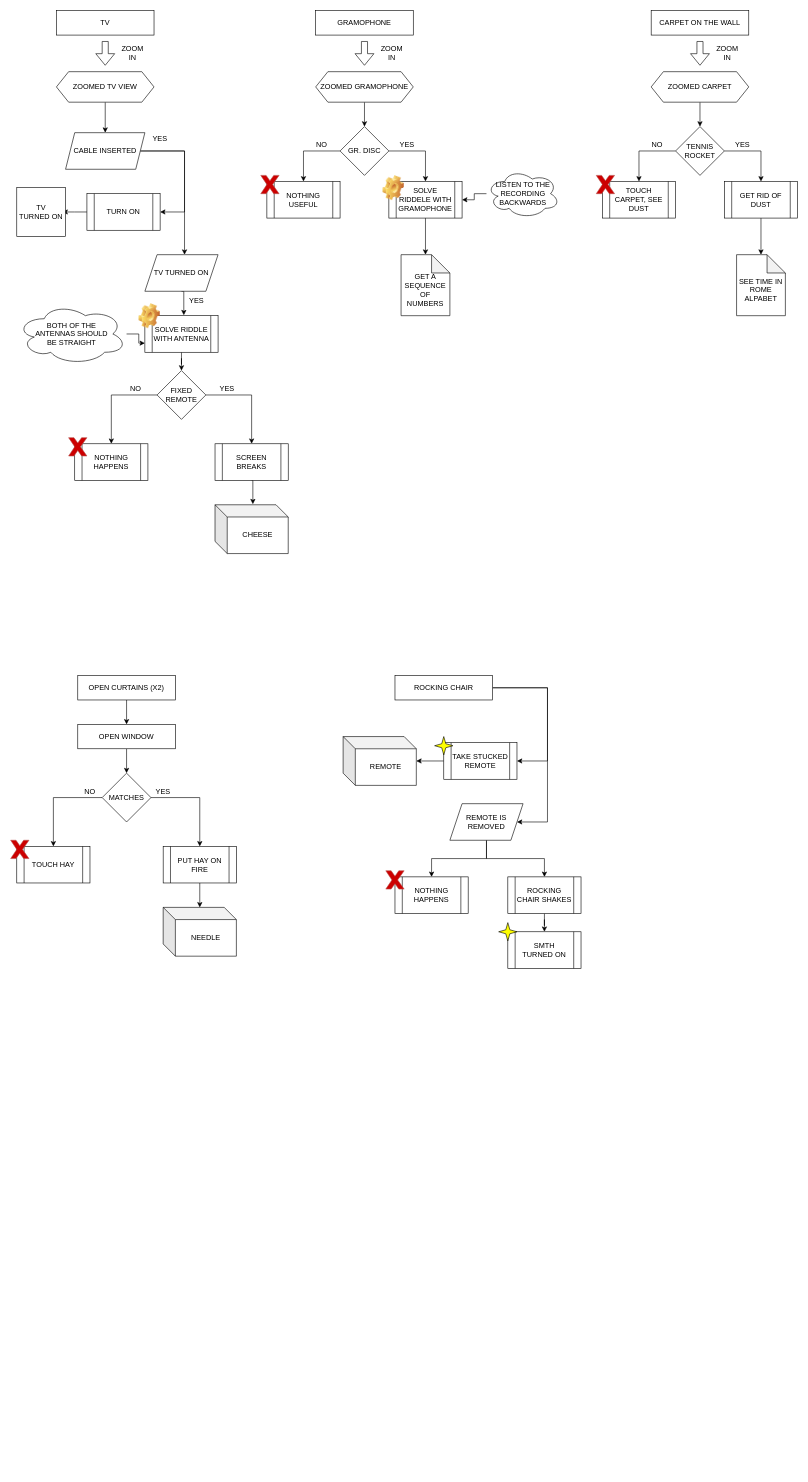
maksimillian/c-unix keeps this draw.io diagram as hello/GamesProductionDiagram.drawio. Above is the earlier version. Source tidied: cells renumbered, new cells numbered last; positions are measured from the earlier drawing's top-left corner, leaving out a move shared by most shapes. Both pictures are drawn from the tidied source at 61%, with x=0, y=0 at pixel (10, 10).
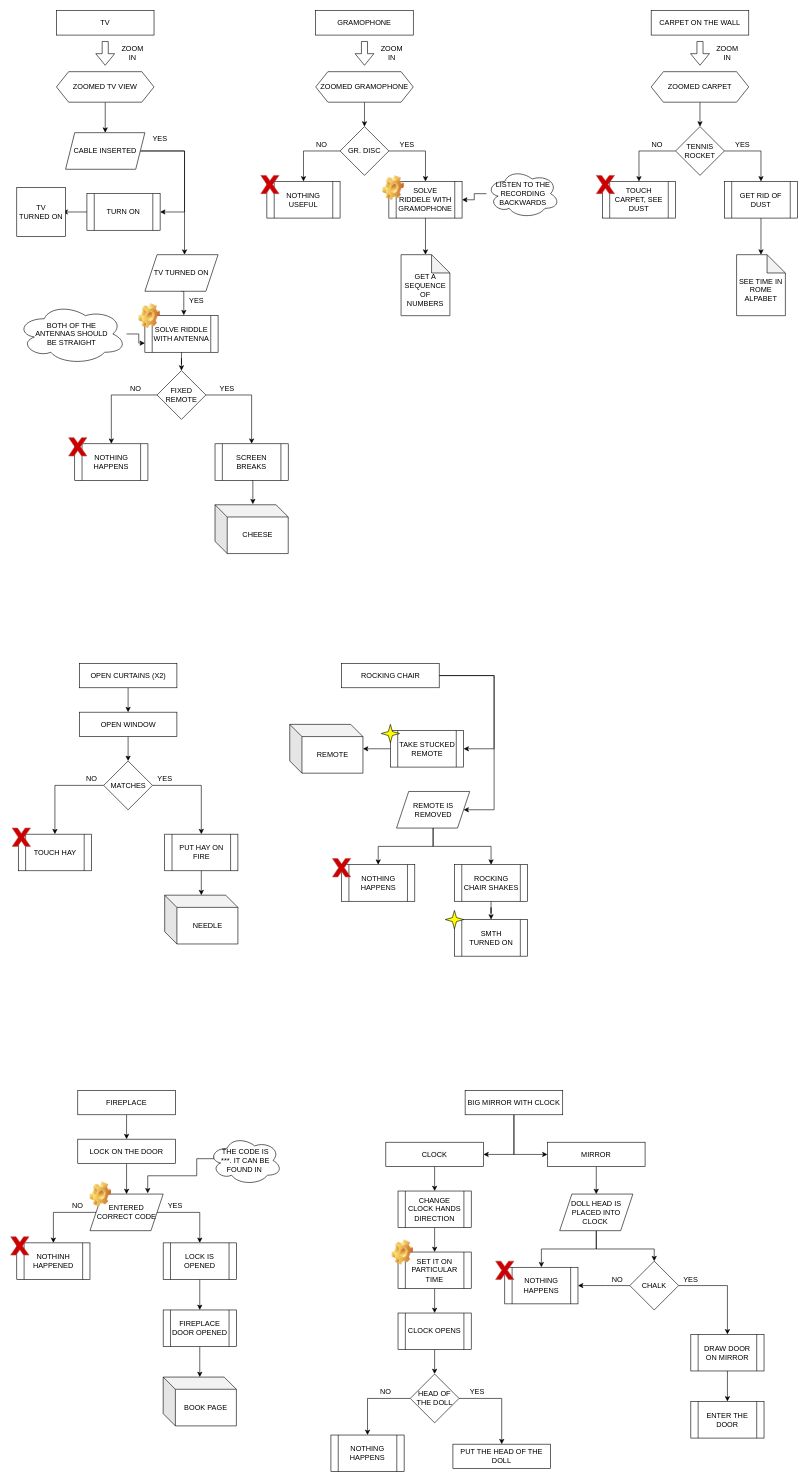
The same page after the edit.

Change to the diagram source:
```diff
@@
     <mxCell id="3" value="OPEN CURTAINS (X2)" style="rounded=0;whiteSpace=wrap;html=1;" parent="1" vertex="1">
-      <mxGeometry x="110" y="1090" width="160" height="40" as="geometry" />
+      <mxGeometry x="112.5" y="1070" width="160" height="40" as="geometry" />
     </mxCell>
@@
     <mxCell id="5" value="OPEN WINDOW" style="rounded=0;whiteSpace=wrap;html=1;" parent="1" vertex="1">
-      <mxGeometry x="110" y="1170" width="160" height="40" as="geometry" />
+      <mxGeometry x="112.5" y="1150" width="160" height="40" as="geometry" />
     </mxCell>
     <mxCell id="6" style="edgeStyle=orthogonalEdgeStyle;rounded=0;jettySize=auto;html=1;" parent="1" edge="1" source="8">
       <mxGeometry relative="1" as="geometry">
-        <mxPoint x="310" y="1370" as="targetPoint" />
+        <mxPoint x="312.5" y="1350" as="targetPoint" />
         <Array as="points">
-          <mxPoint x="310" y="1290" />
+          <mxPoint x="312.5" y="1270" />
         </Array>
       </mxGeometry>
     </mxCell>
     <mxCell id="7" style="edgeStyle=orthogonalEdgeStyle;rounded=0;jettySize=auto;html=1;exitX=0;exitY=0.5;exitDx=0;exitDy=0;entryX=0.5;entryY=0;entryDx=0;entryDy=0;" parent="1" edge="1" source="8" target="20">
       <mxGeometry relative="1" as="geometry">
         <Array as="points">
-          <mxPoint x="70" y="1290" />
+          <mxPoint x="72.5" y="1270" />
         </Array>
       </mxGeometry>
     </mxCell>
     <mxCell id="8" value="MATCHES" style="rhombus;whiteSpace=wrap;html=1;" parent="1" vertex="1">
-      <mxGeometry x="150" y="1250" width="80" height="80" as="geometry" />
+      <mxGeometry x="152.5" y="1230" width="80" height="80" as="geometry" />
     </mxCell>
     <mxCell id="9" style="edgeStyle=orthogonalEdgeStyle;rounded=0;jettySize=auto;html=1;" parent="1" edge="1" source="10">
       <mxGeometry relative="1" as="geometry">
-        <mxPoint x="310" y="1470" as="targetPoint" />
+        <mxPoint x="312.5" y="1450" as="targetPoint" />
         <Array as="points">
-          <mxPoint x="310" y="1460" />
-          <mxPoint x="310" y="1460" />
+          <mxPoint x="312.5" y="1440" />
+          <mxPoint x="312.5" y="1440" />
         </Array>
       </mxGeometry>
     </mxCell>
     <mxCell id="10" value="PUT HAY ON FIRE" style="shape=process;whiteSpace=wrap;html=1;backgroundOutline=1;" parent="1" vertex="1">
-      <mxGeometry x="250" y="1370" width="120" height="60" as="geometry" />
+      <mxGeometry x="252.5" y="1350" width="120" height="60" as="geometry" />
     </mxCell>
     <mxCell id="11" value="YES" style="text;html=1;strokeColor=none;fillColor=none;align=center;verticalAlign=middle;whiteSpace=wrap;rounded=0;" parent="1" vertex="1">
-      <mxGeometry x="230" y="1270" width="40" height="20" as="geometry" />
+      <mxGeometry x="232.5" y="1250" width="40" height="20" as="geometry" />
     </mxCell>
     <mxCell id="12" value="NO" style="text;html=1;strokeColor=none;fillColor=none;align=center;verticalAlign=middle;whiteSpace=wrap;rounded=0;" parent="1" vertex="1">
-      <mxGeometry x="110" y="1270" width="40" height="20" as="geometry" />
+      <mxGeometry x="112.5" y="1250" width="40" height="20" as="geometry" />
     </mxCell>
     <mxCell id="13" value="NEEDLE" style="shape=cube;whiteSpace=wrap;html=1;boundedLbl=1;backgroundOutline=1;darkOpacity=0.05;darkOpacity2=0.1;" parent="1" vertex="1">
-      <mxGeometry x="250" y="1470" width="120" height="80" as="geometry" />
+      <mxGeometry x="252.5" y="1450" width="120" height="80" as="geometry" />
     </mxCell>
@@
     <mxCell id="20" value="&lt;span&gt;TOUCH HAY&lt;/span&gt;" style="shape=process;whiteSpace=wrap;html=1;backgroundOutline=1;" parent="1" vertex="1">
-      <mxGeometry x="10" y="1370" width="120" height="60" as="geometry" />
+      <mxGeometry x="12.5" y="1350" width="120" height="60" as="geometry" />
     </mxCell>
@@
     <mxCell id="61" style="verticalLabelPosition=bottom;verticalAlign=top;html=1;shape=mxgraph.basic.x;labelBorderColor=none;labelBackgroundColor=none;strokeColor=#b85450;fillColor=#CC0000;" parent="1" vertex="1">
-      <mxGeometry y="1360" width="30" height="30" as="geometry" />
+      <mxGeometry x="2.5" y="1340" width="30" height="30" as="geometry" />
     </mxCell>
@@
     <mxCell id="82" style="edgeStyle=orthogonalEdgeStyle;rounded=0;jettySize=auto;html=1;entryX=1;entryY=0.5;entryDx=0;entryDy=0;" parent="1" edge="1" source="84" target="86">
       <mxGeometry relative="1" as="geometry">
         <Array as="points">
-          <mxPoint x="880" y="1110" />
-          <mxPoint x="880" y="1230" />
+          <mxPoint x="792.5" y="1090" />
+          <mxPoint x="792.5" y="1210" />
         </Array>
       </mxGeometry>
     </mxCell>
     <mxCell id="83" style="edgeStyle=orthogonalEdgeStyle;rounded=0;jettySize=auto;html=1;" parent="1" edge="1" source="84" target="89">
       <mxGeometry relative="1" as="geometry">
         <Array as="points">
-          <mxPoint x="880" y="1110" />
-          <mxPoint x="880" y="1330" />
+          <mxPoint x="792.5" y="1090" />
+          <mxPoint x="792.5" y="1310" />
         </Array>
       </mxGeometry>
     </mxCell>
     <mxCell id="84" value="ROCKING CHAIR" style="rounded=0;whiteSpace=wrap;html=1;" parent="1" vertex="1">
-      <mxGeometry x="630" y="1090" width="160" height="40" as="geometry" />
+      <mxGeometry x="542.5" y="1070" width="160" height="40" as="geometry" />
     </mxCell>
@@
     <mxCell id="86" value="TAKE STUCKED REMOTE" style="shape=process;whiteSpace=wrap;html=1;backgroundOutline=1;" parent="1" vertex="1">
-      <mxGeometry x="710" y="1200" width="120" height="60" as="geometry" />
+      <mxGeometry x="622.5" y="1180" width="120" height="60" as="geometry" />
     </mxCell>
@@
     <mxCell id="89" value="REMOTE IS REMOVED" style="shape=parallelogram;perimeter=parallelogramPerimeter;whiteSpace=wrap;html=1;fixedSize=1;" parent="1" vertex="1">
-      <mxGeometry x="720" y="1300" width="120" height="60" as="geometry" />
+      <mxGeometry x="632.5" y="1280" width="120" height="60" as="geometry" />
     </mxCell>
     <mxCell id="90" value="REMOTE" style="shape=cube;whiteSpace=wrap;html=1;boundedLbl=1;backgroundOutline=1;darkOpacity=0.05;darkOpacity2=0.1;" parent="1" vertex="1">
-      <mxGeometry x="545" y="1190" width="120" height="80" as="geometry" />
+      <mxGeometry x="457.5" y="1170" width="120" height="80" as="geometry" />
     </mxCell>
     <mxCell id="91" value="NOTHING HAPPENS" style="shape=process;whiteSpace=wrap;html=1;backgroundOutline=1;" parent="1" vertex="1">
-      <mxGeometry x="630" y="1420" width="120" height="60" as="geometry" />
+      <mxGeometry x="542.5" y="1400" width="120" height="60" as="geometry" />
     </mxCell>
@@
     <mxCell id="93" value="ROCKING CHAIR SHAKES" style="shape=process;whiteSpace=wrap;html=1;backgroundOutline=1;" parent="1" vertex="1">
-      <mxGeometry x="815" y="1420" width="120" height="60" as="geometry" />
+      <mxGeometry x="727.5" y="1400" width="120" height="60" as="geometry" />
     </mxCell>
     <mxCell id="94" value="SMTH&lt;br&gt;TURNED ON" style="shape=process;whiteSpace=wrap;html=1;backgroundOutline=1;" parent="1" vertex="1">
-      <mxGeometry x="815" y="1510" width="120" height="60" as="geometry" />
+      <mxGeometry x="727.5" y="1490" width="120" height="60" as="geometry" />
     </mxCell>
     <mxCell id="95" style="verticalLabelPosition=bottom;verticalAlign=top;html=1;shape=mxgraph.basic.x;labelBorderColor=none;labelBackgroundColor=none;strokeColor=#b85450;fillColor=#CC0000;" parent="1" vertex="1">
-      <mxGeometry x="615" y="1410" width="30" height="30" as="geometry" />
+      <mxGeometry x="527.5" y="1390" width="30" height="30" as="geometry" />
     </mxCell>
     <mxCell id="96" style="verticalLabelPosition=bottom;verticalAlign=top;html=1;shape=mxgraph.basic.4_point_star_2;dx=0.78;fillColor=#FFFF00;" parent="1" vertex="1">
-      <mxGeometry x="800" y="1495" width="30" height="30" as="geometry" />
+      <mxGeometry x="712.5" y="1475" width="30" height="30" as="geometry" />
     </mxCell>
     <mxCell id="97" style="verticalLabelPosition=bottom;verticalAlign=top;html=1;shape=mxgraph.basic.4_point_star_2;dx=0.78;fillColor=#FFFF00;" parent="1" vertex="1">
-      <mxGeometry x="695" y="1190" width="30" height="30" as="geometry" />
+      <mxGeometry x="607.5" y="1170" width="30" height="30" as="geometry" />
     </mxCell>
+    <mxCell id="98" style="edgeStyle=orthogonalEdgeStyle;rounded=0;jettySize=auto;html=1;entryX=0.5;entryY=0;entryDx=0;entryDy=0;exitX=0.5;exitY=1;exitDx=0;exitDy=0;" parent="1" edge="1" source="125" target="118">
+      <mxGeometry relative="1" as="geometry" />
+    </mxCell>
+    <mxCell id="99" style="edgeStyle=orthogonalEdgeStyle;rounded=0;jettySize=auto;html=1;" parent="1" edge="1" source="100" target="125">
+      <mxGeometry relative="1" as="geometry" />
+    </mxCell>
+    <mxCell id="100" value="FIREPLACE" style="rounded=0;whiteSpace=wrap;html=1;" parent="1" vertex="1">
+      <mxGeometry x="110" y="1770" width="160" height="40" as="geometry" />
+    </mxCell>
+    <mxCell id="101" style="edgeStyle=orthogonalEdgeStyle;rounded=0;jettySize=auto;html=1;exitX=1;exitY=0.5;exitDx=0;exitDy=0;" parent="1" edge="1" source="118" target="104">
+      <mxGeometry relative="1" as="geometry">
+        <Array as="points">
+          <mxPoint x="310" y="1970" />
+        </Array>
+      </mxGeometry>
+    </mxCell>
+    <mxCell id="102" style="edgeStyle=orthogonalEdgeStyle;rounded=0;jettySize=auto;html=1;exitX=0;exitY=0.5;exitDx=0;exitDy=0;entryX=0.5;entryY=0;entryDx=0;entryDy=0;" parent="1" edge="1" source="118" target="108">
+      <mxGeometry relative="1" as="geometry">
+        <Array as="points">
+          <mxPoint x="70" y="1970" />
+        </Array>
+      </mxGeometry>
+    </mxCell>
+    <mxCell id="103" style="edgeStyle=orthogonalEdgeStyle;rounded=0;jettySize=auto;html=1;entryX=0.5;entryY=0;entryDx=0;entryDy=0;" parent="1" edge="1" source="104" target="128">
+      <mxGeometry relative="1" as="geometry" />
+    </mxCell>
+    <mxCell id="104" value="LOCK IS OPENED" style="shape=process;whiteSpace=wrap;html=1;backgroundOutline=1;" parent="1" vertex="1">
+      <mxGeometry x="250" y="2020" width="120" height="60" as="geometry" />
+    </mxCell>
+    <mxCell id="105" value="YES" style="text;html=1;strokeColor=none;fillColor=none;align=center;verticalAlign=middle;whiteSpace=wrap;rounded=0;" parent="1" vertex="1">
+      <mxGeometry x="250" y="1950" width="40" height="20" as="geometry" />
+    </mxCell>
+    <mxCell id="106" value="NO" style="text;html=1;strokeColor=none;fillColor=none;align=center;verticalAlign=middle;whiteSpace=wrap;rounded=0;" parent="1" vertex="1">
+      <mxGeometry x="90" y="1950" width="40" height="20" as="geometry" />
+    </mxCell>
+    <mxCell id="107" value="BOOK PAGE" style="shape=cube;whiteSpace=wrap;html=1;boundedLbl=1;backgroundOutline=1;darkOpacity=0.05;darkOpacity2=0.1;" parent="1" vertex="1">
+      <mxGeometry x="250" y="2240" width="120" height="80" as="geometry" />
+    </mxCell>
+    <mxCell id="108" value="&lt;span&gt;NOTHINH HAPPENED&lt;/span&gt;" style="shape=process;whiteSpace=wrap;html=1;backgroundOutline=1;" parent="1" vertex="1">
+      <mxGeometry x="10" y="2020" width="120" height="60" as="geometry" />
+    </mxCell>
+    <mxCell id="109" style="verticalLabelPosition=bottom;verticalAlign=top;html=1;shape=mxgraph.basic.x;labelBorderColor=none;labelBackgroundColor=none;strokeColor=#b85450;fillColor=#CC0000;" parent="1" vertex="1">
+      <mxGeometry y="2010" width="30" height="30" as="geometry" />
+    </mxCell>
+    <mxCell id="110" style="edgeStyle=orthogonalEdgeStyle;rounded=0;jettySize=auto;html=1;entryX=1;entryY=0.5;entryDx=0;entryDy=0;" parent="1" edge="1" source="112" target="132">
+      <mxGeometry relative="1" as="geometry">
+        <Array as="points">
+          <mxPoint x="825" y="1875" />
+        </Array>
+      </mxGeometry>
+    </mxCell>
+    <mxCell id="111" style="edgeStyle=orthogonalEdgeStyle;rounded=0;jettySize=auto;html=1;entryX=0;entryY=0.5;entryDx=0;entryDy=0;" parent="1" edge="1" source="112" target="134">
+      <mxGeometry relative="1" as="geometry" />
+    </mxCell>
+    <mxCell id="112" value="BIG MIRROR WITH CLOCK" style="rounded=0;whiteSpace=wrap;html=1;" parent="1" vertex="1">
+      <mxGeometry x="745" y="1770" width="160" height="40" as="geometry" />
+    </mxCell>
+    <mxCell id="113" style="edgeStyle=orthogonalEdgeStyle;rounded=0;jettySize=auto;html=1;exitX=0.5;exitY=1;exitDx=0;exitDy=0;" parent="1" edge="1" source="115" target="116">
+      <mxGeometry relative="1" as="geometry" />
+    </mxCell>
+    <mxCell id="114" style="edgeStyle=orthogonalEdgeStyle;rounded=0;jettySize=auto;html=1;entryX=0.5;entryY=0;entryDx=0;entryDy=0;" parent="1" edge="1" source="115" target="121">
+      <mxGeometry relative="1" as="geometry">
+        <Array as="points">
+          <mxPoint x="960" y="2030" />
+          <mxPoint x="1055" y="2030" />
+        </Array>
+      </mxGeometry>
+    </mxCell>
+    <mxCell id="115" value="DOLL HEAD IS PLACED INTO CLOCK&amp;nbsp;" style="shape=parallelogram;perimeter=parallelogramPerimeter;whiteSpace=wrap;html=1;fixedSize=1;" parent="1" vertex="1">
+      <mxGeometry x="900" y="1940" width="120" height="60" as="geometry" />
+    </mxCell>
+    <mxCell id="116" value="NOTHING HAPPENS" style="shape=process;whiteSpace=wrap;html=1;backgroundOutline=1;" parent="1" vertex="1">
+      <mxGeometry x="810" y="2060" width="120" height="60" as="geometry" />
+    </mxCell>
+    <mxCell id="117" style="verticalLabelPosition=bottom;verticalAlign=top;html=1;shape=mxgraph.basic.x;labelBorderColor=none;labelBackgroundColor=none;strokeColor=#b85450;fillColor=#CC0000;" parent="1" vertex="1">
+      <mxGeometry x="795" y="2050" width="30" height="30" as="geometry" />
+    </mxCell>
+    <mxCell id="118" value="ENTERED CORRECT CODE" style="shape=parallelogram;perimeter=parallelogramPerimeter;whiteSpace=wrap;html=1;fixedSize=1;" parent="1" vertex="1">
+      <mxGeometry x="130" y="1940" width="120" height="60" as="geometry" />
+    </mxCell>
+    <mxCell id="119" style="edgeStyle=orthogonalEdgeStyle;rounded=0;jettySize=auto;html=1;" parent="1" edge="1" source="121">
+      <mxGeometry relative="1" as="geometry">
+        <mxPoint x="1175" y="2170" as="targetPoint" />
+        <Array as="points">
+          <mxPoint x="1175" y="2090" />
+        </Array>
+      </mxGeometry>
+    </mxCell>
+    <mxCell id="120" style="edgeStyle=orthogonalEdgeStyle;rounded=0;jettySize=auto;html=1;exitX=0;exitY=0.5;exitDx=0;exitDy=0;entryX=1;entryY=0.5;entryDx=0;entryDy=0;" parent="1" edge="1" source="121" target="116">
+      <mxGeometry relative="1" as="geometry">
+        <Array as="points">
+          <mxPoint x="975" y="2090" />
+          <mxPoint x="975" y="2090" />
+        </Array>
+      </mxGeometry>
+    </mxCell>
+    <mxCell id="121" value="CHALK" style="rhombus;whiteSpace=wrap;html=1;" parent="1" vertex="1">
+      <mxGeometry x="1015" y="2050" width="80" height="80" as="geometry" />
+    </mxCell>
+    <mxCell id="122" value="DRAW DOOR ON MIRROR" style="shape=process;whiteSpace=wrap;html=1;backgroundOutline=1;" parent="1" vertex="1">
+      <mxGeometry x="1115" y="2170" width="120" height="60" as="geometry" />
+    </mxCell>
+    <mxCell id="123" value="YES" style="text;html=1;strokeColor=none;fillColor=none;align=center;verticalAlign=middle;whiteSpace=wrap;rounded=0;" parent="1" vertex="1">
+      <mxGeometry x="1095" y="2070" width="40" height="20" as="geometry" />
+    </mxCell>
+    <mxCell id="124" value="NO" style="text;html=1;strokeColor=none;fillColor=none;align=center;verticalAlign=middle;whiteSpace=wrap;rounded=0;" parent="1" vertex="1">
+      <mxGeometry x="975" y="2070" width="40" height="20" as="geometry" />
+    </mxCell>
+    <mxCell id="125" value="LOCK ON THE DOOR" style="rounded=0;whiteSpace=wrap;html=1;" parent="1" vertex="1">
+      <mxGeometry x="110" y="1850" width="160" height="40" as="geometry" />
+    </mxCell>
+    <mxCell id="126" style="shape=image;html=1;verticalLabelPosition=bottom;verticalAlign=top;imageAspect=1;image=img/clipart/Gear_128x128.png;" parent="1" vertex="1">
+      <mxGeometry x="130" y="1920" width="35" height="41" as="geometry" />
+    </mxCell>
+    <mxCell id="127" style="edgeStyle=orthogonalEdgeStyle;rounded=0;jettySize=auto;html=1;" parent="1" edge="1" source="128" target="107">
+      <mxGeometry relative="1" as="geometry" />
+    </mxCell>
+    <mxCell id="128" value="FIREPLACE DOOR OPENED" style="shape=process;whiteSpace=wrap;html=1;backgroundOutline=1;" parent="1" vertex="1">
+      <mxGeometry x="250" y="2130" width="120" height="60" as="geometry" />
+    </mxCell>
+    <mxCell id="129" style="edgeStyle=orthogonalEdgeStyle;rounded=0;jettySize=auto;html=1;entryX=0.789;entryY=-0.021;entryDx=0;entryDy=0;entryPerimeter=0;exitX=0.07;exitY=0.4;exitDx=0;exitDy=0;exitPerimeter=0;" parent="1" edge="1" source="130" target="118">
+      <mxGeometry relative="1" as="geometry">
+        <Array as="points">
+          <mxPoint x="305" y="1882" />
+          <mxPoint x="305" y="1910" />
+          <mxPoint x="225" y="1910" />
+        </Array>
+      </mxGeometry>
+    </mxCell>
+    <mxCell id="130" value="THE CODE IS&lt;br&gt;***. IT CAN BE FOUND IN&amp;nbsp;" style="ellipse;shape=cloud;whiteSpace=wrap;html=1;" parent="1" vertex="1">
+      <mxGeometry x="325" y="1845" width="120" height="80" as="geometry" />
+    </mxCell>
+    <mxCell id="131" style="edgeStyle=orthogonalEdgeStyle;rounded=0;jettySize=auto;html=1;" parent="1" edge="1" source="132" target="136">
+      <mxGeometry relative="1" as="geometry" />
+    </mxCell>
+    <mxCell id="132" value="&#10;&#10;&lt;span style=&quot;color: rgb(0, 0, 0); font-family: helvetica; font-size: 12px; font-style: normal; font-weight: 400; letter-spacing: normal; text-align: center; text-indent: 0px; text-transform: none; word-spacing: 0px; background-color: rgb(248, 249, 250); display: inline; float: none;&quot;&gt;CLOCK&lt;/span&gt;&#10;&#10;" style="rounded=0;whiteSpace=wrap;html=1;" parent="1" vertex="1">
+      <mxGeometry x="615" y="1855" width="160" height="40" as="geometry" />
+    </mxCell>
+    <mxCell id="133" style="edgeStyle=orthogonalEdgeStyle;rounded=0;jettySize=auto;html=1;entryX=0.5;entryY=0;entryDx=0;entryDy=0;" parent="1" edge="1" source="134" target="115">
+      <mxGeometry relative="1" as="geometry" />
+    </mxCell>
+    <mxCell id="134" value="MIRROR" style="rounded=0;whiteSpace=wrap;html=1;" parent="1" vertex="1">
+      <mxGeometry x="880" y="1855" width="160" height="40" as="geometry" />
+    </mxCell>
+    <mxCell id="135" style="edgeStyle=orthogonalEdgeStyle;rounded=0;jettySize=auto;html=1;" parent="1" edge="1" source="136" target="138">
+      <mxGeometry relative="1" as="geometry" />
+    </mxCell>
+    <mxCell id="136" value="CHANGE CLOCK HANDS DIRECTION" style="shape=process;whiteSpace=wrap;html=1;backgroundOutline=1;" parent="1" vertex="1">
+      <mxGeometry x="635" y="1935" width="120" height="60" as="geometry" />
+    </mxCell>
+    <mxCell id="137" style="edgeStyle=orthogonalEdgeStyle;rounded=0;jettySize=auto;html=1;entryX=0.5;entryY=0;entryDx=0;entryDy=0;" parent="1" edge="1" source="138" target="141">
+      <mxGeometry relative="1" as="geometry" />
+    </mxCell>
+    <mxCell id="138" value="SET IT ON PARTICULAR TIME" style="shape=process;whiteSpace=wrap;html=1;backgroundOutline=1;" parent="1" vertex="1">
+      <mxGeometry x="635" y="2035" width="120" height="60" as="geometry" />
+    </mxCell>
+    <mxCell id="139" style="shape=image;html=1;verticalLabelPosition=bottom;verticalAlign=top;imageAspect=1;image=img/clipart/Gear_128x128.png;" parent="1" vertex="1">
+      <mxGeometry x="625" y="2015" width="35" height="41" as="geometry" />
+    </mxCell>
+    <mxCell id="140" style="edgeStyle=orthogonalEdgeStyle;rounded=0;jettySize=auto;html=1;entryX=0.5;entryY=0;entryDx=0;entryDy=0;" parent="1" edge="1" source="141" target="144">
+      <mxGeometry relative="1" as="geometry" />
+    </mxCell>
+    <mxCell id="141" value="CLOCK OPENS" style="shape=process;whiteSpace=wrap;html=1;backgroundOutline=1;" parent="1" vertex="1">
+      <mxGeometry x="635" y="2135" width="120" height="60" as="geometry" />
+    </mxCell>
+    <mxCell id="142" style="edgeStyle=orthogonalEdgeStyle;rounded=0;jettySize=auto;html=1;" parent="1" edge="1" source="144" target="145">
+      <mxGeometry relative="1" as="geometry" />
+    </mxCell>
+    <mxCell id="143" style="edgeStyle=orthogonalEdgeStyle;rounded=0;jettySize=auto;html=1;exitX=1;exitY=0.5;exitDx=0;exitDy=0;" parent="1" edge="1" source="144" target="147">
+      <mxGeometry relative="1" as="geometry">
+        <Array as="points">
+          <mxPoint x="805" y="2275" />
+        </Array>
+      </mxGeometry>
+    </mxCell>
+    <mxCell id="144" value="HEAD OF THE DOLL" style="rhombus;whiteSpace=wrap;html=1;" parent="1" vertex="1">
+      <mxGeometry x="655" y="2235" width="80" height="80" as="geometry" />
+    </mxCell>
+    <mxCell id="145" value="NOTHING HAPPENS" style="shape=process;whiteSpace=wrap;html=1;backgroundOutline=1;" parent="1" vertex="1">
+      <mxGeometry x="525" y="2335" width="120" height="60" as="geometry" />
+    </mxCell>
+    <mxCell id="146" value="NO" style="text;html=1;strokeColor=none;fillColor=none;align=center;verticalAlign=middle;whiteSpace=wrap;rounded=0;" parent="1" vertex="1">
+      <mxGeometry x="595" y="2255" width="40" height="20" as="geometry" />
+    </mxCell>
+    <mxCell id="147" value="PUT THE HEAD OF THE DOLL" style="rounded=0;whiteSpace=wrap;html=1;" parent="1" vertex="1">
+      <mxGeometry x="725" y="2350" width="160" height="40" as="geometry" />
+    </mxCell>
+    <mxCell id="148" value="YES" style="text;html=1;strokeColor=none;fillColor=none;align=center;verticalAlign=middle;whiteSpace=wrap;rounded=0;" parent="1" vertex="1">
+      <mxGeometry x="745" y="2255" width="40" height="20" as="geometry" />
+    </mxCell>
+    <mxCell id="149" style="edgeStyle=orthogonalEdgeStyle;rounded=0;jettySize=auto;html=1;exitX=0.5;exitY=1;exitDx=0;exitDy=0;entryX=0.5;entryY=0;entryDx=0;entryDy=0;" parent="1" edge="1" source="122" target="150">
+      <mxGeometry relative="1" as="geometry" />
+    </mxCell>
+    <mxCell id="150" value="ENTER THE DOOR" style="shape=process;whiteSpace=wrap;html=1;backgroundOutline=1;" parent="1" vertex="1">
+      <mxGeometry x="1115" y="2280" width="120" height="60" as="geometry" />
+    </mxCell>
```
